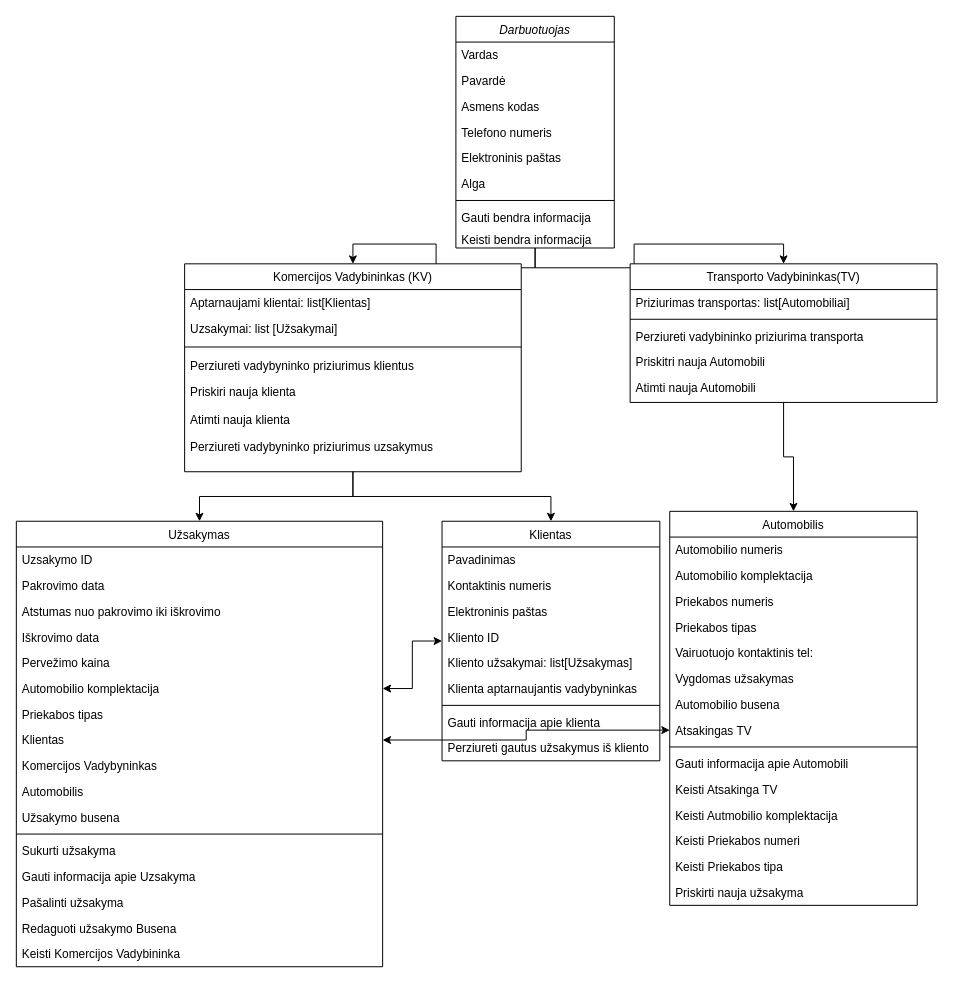
Before: miniProjektas.drawio in DDRAV/Miniprojektas-klusterizacija-klasifikacija-, a draw.io diagram. Source tidied: cells renumbered, new cells numbered last; positions are measured from the earlier drawing's top-left corner, leaving out a move shared by most shapes. Both pictures are drawn from the tidied source at 99%, with x=0, y=0 at pixel (16, 16).
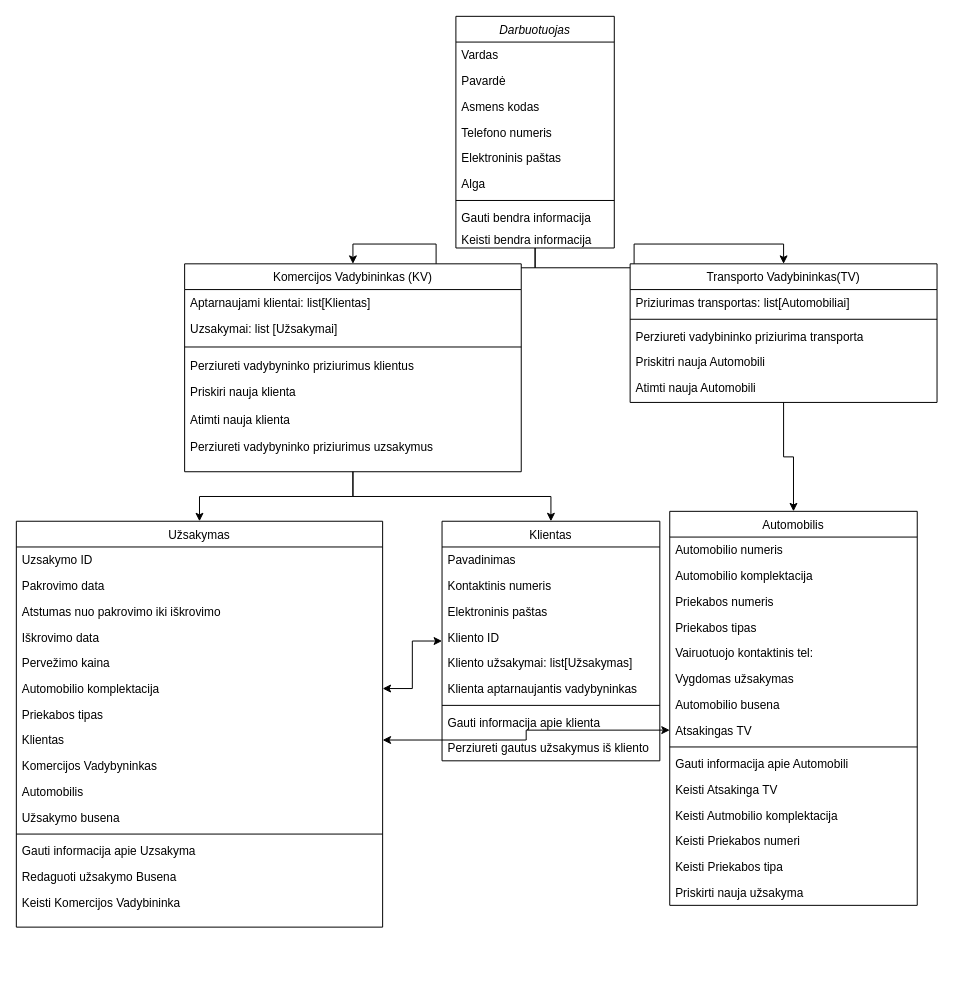
After the change.

What changed in the source:
```diff
@@
     <mxCell id="30" value="Užsakymas" style="swimlane;fontStyle=0;align=center;verticalAlign=top;horizontal=1;startSize=26;rounded=0;shadow=0;strokeWidth=1;" parent="1" vertex="1">
-      <mxGeometry y="510" width="370" height="450" as="geometry" />
+      <mxGeometry y="510" width="370" height="410" as="geometry" />
     </mxCell>
@@
-    <mxCell id="43" value="Sukurti užsakyma" style="text;align=left;verticalAlign=top;spacingLeft=4;spacingRight=4;overflow=hidden;" parent="30" vertex="1">
-      <mxGeometry y="320" width="370" height="26" as="geometry" />
-    </mxCell>
     <mxCell id="44" value="Gauti informacija apie Uzsakyma" style="text;align=left;verticalAlign=top;spacingLeft=4;spacingRight=4;overflow=hidden;" parent="30" vertex="1">
-      <mxGeometry y="346" width="370" height="26" as="geometry" />
+      <mxGeometry y="320" width="370" height="26" as="geometry" />
     </mxCell>
-    <mxCell id="45" value="Pašalinti užsakyma" style="text;align=left;verticalAlign=top;spacingLeft=4;spacingRight=4;overflow=hidden;" parent="30" vertex="1">
-      <mxGeometry y="372" width="370" height="26" as="geometry" />
-    </mxCell>
     <mxCell id="46" value="Redaguoti užsakymo Busena" style="text;align=left;verticalAlign=top;spacingLeft=4;spacingRight=4;overflow=hidden;" parent="30" vertex="1">
-      <mxGeometry y="398" width="370" height="26" as="geometry" />
+      <mxGeometry y="346" width="370" height="26" as="geometry" />
     </mxCell>
     <mxCell id="47" value="Keisti Komercijos Vadybininka" style="text;align=left;verticalAlign=top;spacingLeft=4;spacingRight=4;overflow=hidden;" parent="30" vertex="1">
-      <mxGeometry y="424" width="370" height="26" as="geometry" />
+      <mxGeometry y="372" width="370" height="26" as="geometry" />
     </mxCell>
```
